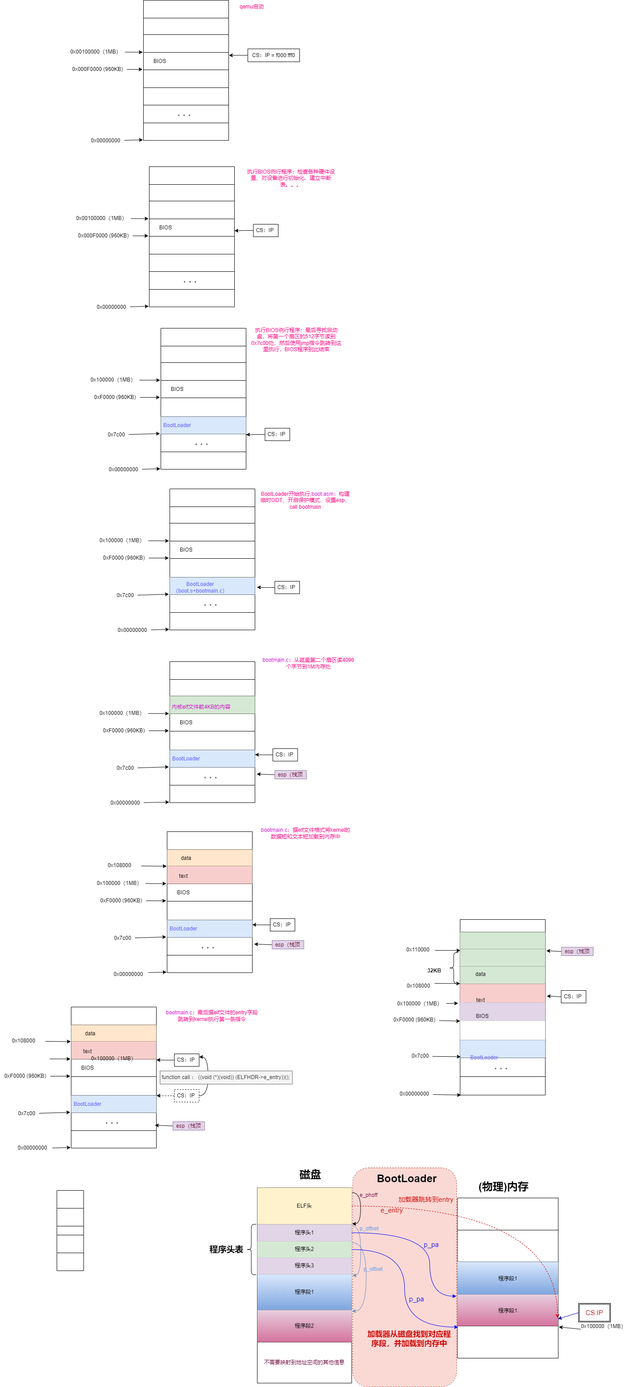
Above: OS/BIOS-BootLoader.drawio.png in SixPlusAndTimes/drawio (draw.io), before the change. Source tidied: cells renumbered, new cells last; positions are measured from the earlier drawing's top-left corner, leaving out a move shared by most shapes.
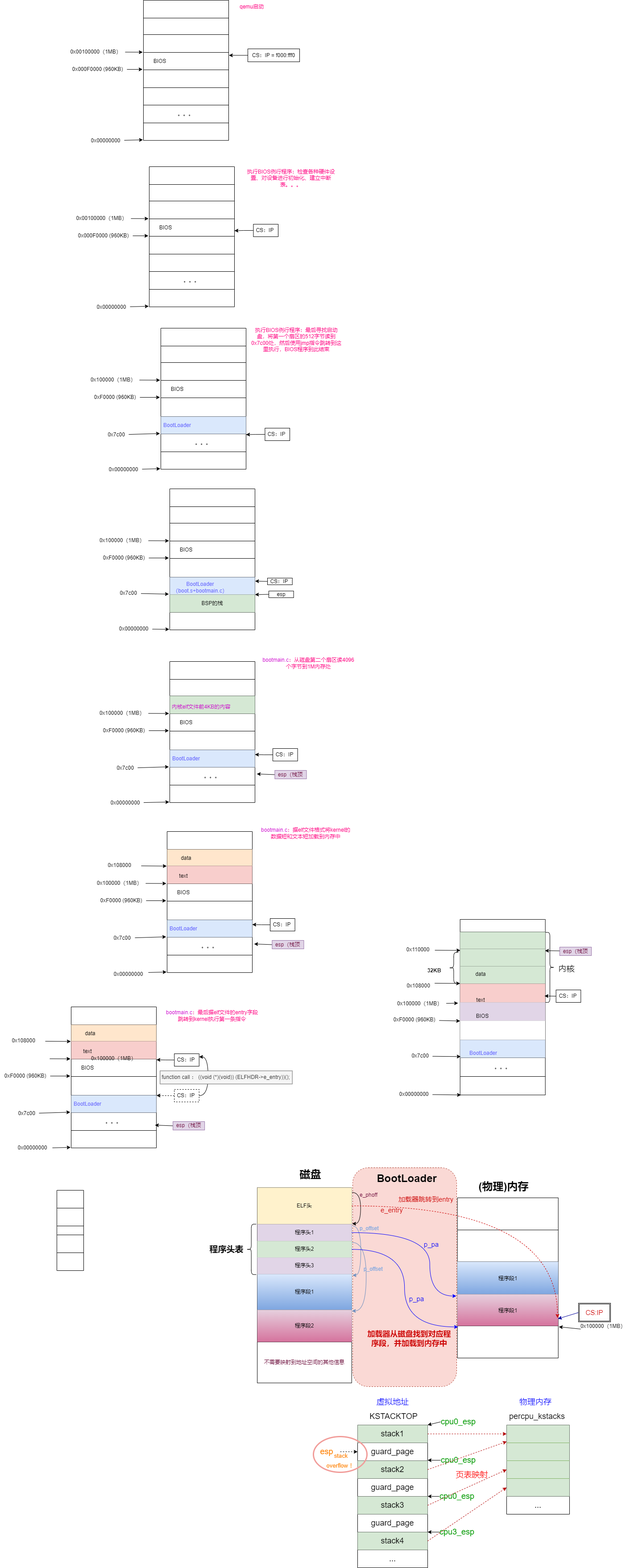
After the change.

Change to the diagram source:
```diff
@@ -313,3 +313,3 @@
     </mxCell>
-    <mxCell id="101" value="。。。" style="shape=partialRectangle;html=1;whiteSpace=wrap;overflow=hidden;fillColor=none;top=0;left=0;bottom=0;right=0;" parent="100" vertex="1">
+    <mxCell id="101" value="BSP的栈" style="shape=partialRectangle;html=1;whiteSpace=wrap;overflow=hidden;fillColor=#d5e8d4;top=0;left=0;bottom=0;right=0;strokeColor=#82b366;" parent="100" vertex="1">
       <mxGeometry width="191" height="40" as="geometry" />
@@ -323,3 +323,3 @@
     <mxCell id="104" value="0x00000000" style="text;html=1;align=center;verticalAlign=middle;points=[];strokeColor=none;fillColor=none;" parent="1" vertex="1">
-      <mxGeometry x="254" y="1399" width="84" height="26" as="geometry" />
+      <mxGeometry x="257" y="1396" width="84" height="26" as="geometry" />
     </mxCell>
@@ -345,7 +345,4 @@
     </mxCell>
-    <mxCell id="111" value="&lt;font color=&quot;#ff0080&quot;&gt;BootLoader开始执行,&lt;/font&gt;&lt;font color=&quot;#cc00cc&quot;&gt;boot.asm&lt;/font&gt;&lt;font color=&quot;#ff0080&quot;&gt;：构建临时GDT、开启保护模式、设置esp、call bootmain&lt;/font&gt;" style="text;html=1;strokeColor=none;fillColor=none;align=center;verticalAlign=middle;whiteSpace=wrap;rounded=0;" parent="1" vertex="1">
-      <mxGeometry x="579" y="1095" width="210" height="51" as="geometry" />
-    </mxCell>
     <mxCell id="112" value="0x7c00" style="text;html=1;align=center;verticalAlign=middle;points=[];strokeColor=none;fillColor=none;" parent="1" vertex="1">
-      <mxGeometry x="251" y="1321" width="57" height="26" as="geometry" />
+      <mxGeometry x="258.5" y="1316" width="57" height="26" as="geometry" />
     </mxCell>
@@ -444,9 +441,7 @@
     </mxCell>
-    <mxCell id="142" style="edgeStyle=orthogonalEdgeStyle;rounded=0;jettySize=auto;html=1;exitX=0;exitY=0.5;exitDx=0;exitDy=0;entryX=1.003;entryY=0.167;entryDx=0;entryDy=0;entryPerimeter=0;" parent="1" edge="1" source="143">
-      <mxGeometry relative="1" as="geometry">
-        <mxPoint x="575.4" y="1315.5" as="targetPoint" />
-      </mxGeometry>
+    <mxCell id="142" style="rounded=0;jettySize=auto;html=1;exitX=0;exitY=0.5;exitDx=0;exitDy=0;entryX=1.001;entryY=0.227;entryDx=0;entryDy=0;entryPerimeter=0;" parent="1" edge="1" source="143" target="98">
+      <mxGeometry relative="1" as="geometry" />
     </mxCell>
     <mxCell id="143" value="CS：IP&amp;nbsp;" style="rounded=0;whiteSpace=wrap;html=1;" parent="1" vertex="1">
-      <mxGeometry x="615.4" y="1302" width="55.6" height="28" as="geometry" />
+      <mxGeometry x="599.1" y="1295" width="55.6" height="15" as="geometry" />
     </mxCell>
@@ -1001,3 +996,3 @@
     </mxCell>
-    <mxCell id="308" style="endArrow=classic;html=1;rounded=0;entryX=-0.006;entryY=0.971;entryDx=0;entryDy=0;entryPerimeter=0;" parent="1" edge="1" source="324">
+    <mxCell id="308" style="endArrow=classic;html=1;rounded=0;entryX=0.971;entryY=0.971;entryDx=0;entryDy=0;entryPerimeter=0;" parent="1" edge="1" source="324">
       <mxGeometry relative="1" as="geometry">
@@ -1029,7 +1024,7 @@
     <mxCell id="315" value="&lt;font color=&quot;#6666ff&quot;&gt;BootLoader&lt;/font&gt;" style="text;html=1;strokeColor=none;fillColor=none;align=center;verticalAlign=middle;whiteSpace=wrap;rounded=0;fontColor=#FF0080;" parent="1" vertex="1">
-      <mxGeometry x="1055" y="2355" width="60" height="30" as="geometry" />
+      <mxGeometry x="1053" y="2345" width="60" height="30" as="geometry" />
     </mxCell>
-    <mxCell id="316" style="rounded=0;jettySize=auto;html=1;exitX=0;exitY=0.5;exitDx=0;exitDy=0;entryX=0.997;entryY=0.036;entryDx=0;entryDy=0;entryPerimeter=0;fontColor=#660033;" parent="1" edge="1" source="317">
+    <mxCell id="316" style="rounded=0;jettySize=auto;html=1;exitX=0.5;exitY=0.5;exitDx=0;exitDy=0;entryX=0.997;entryY=0.997;entryDx=0;entryDy=0;entryPerimeter=0;fontColor=#660033;" parent="1" edge="1" source="317">
       <mxGeometry relative="1" as="geometry">
-        <mxPoint x="1224" y="2130" as="targetPoint" />
+        <mxPoint x="1221" y="2130" as="targetPoint" />
       </mxGeometry>
@@ -1037,3 +1032,3 @@
     <mxCell id="317" value="&lt;font color=&quot;#660033&quot;&gt;esp（栈顶&lt;/font&gt;" style="rounded=0;whiteSpace=wrap;html=1;fillColor=#e1d5e7;strokeColor=#9673a6;" parent="1" vertex="1">
-      <mxGeometry x="1258" y="2122" width="71" height="19" as="geometry" />
+      <mxGeometry x="1254" y="2122" width="71" height="19" as="geometry" />
     </mxCell>
@@ -1056,3 +1051,3 @@
       <mxGeometry relative="1" as="geometry">
-        <mxPoint x="1225" y="2231.5" as="targetPoint" />
+        <mxPoint x="1220" y="2231.5" as="targetPoint" />
       </mxGeometry>
@@ -1060,6 +1055,6 @@
     <mxCell id="323" value="CS：IP&amp;nbsp;" style="rounded=0;whiteSpace=wrap;html=1;" parent="1" vertex="1">
-      <mxGeometry x="1257.3" y="2219" width="55.6" height="28" as="geometry" />
+      <mxGeometry x="1245.7" y="2218" width="55.6" height="28" as="geometry" />
     </mxCell>
     <mxCell id="324" value="0x00000000" style="text;html=1;align=center;verticalAlign=middle;points=[];strokeColor=none;fillColor=none;" parent="1" vertex="1">
-      <mxGeometry x="885.9" y="2438" width="84" height="26" as="geometry" />
+      <mxGeometry x="885" y="2439" width="84" height="26" as="geometry" />
     </mxCell>
@@ -1080,2 +1075,167 @@
     </mxCell>
+    <mxCell id="329" style="edgeStyle=none;rounded=0;jettySize=auto;html=1;exitX=0;exitY=0.5;exitDx=0;exitDy=0;entryX=1;entryY=0.75;entryDx=0;entryDy=0;" parent="1" edge="1" source="330" target="87">
+      <mxGeometry relative="1" as="geometry" />
+    </mxCell>
+    <mxCell id="330" value="esp" style="rounded=0;whiteSpace=wrap;html=1;" parent="1" vertex="1">
+      <mxGeometry x="602" y="1324" width="55.6" height="15" as="geometry" />
+    </mxCell>
+    <mxCell id="331" style="shape=curlyBracket;whiteSpace=wrap;html=1;rounded=1;flipH=1;labelPosition=right;verticalLabelPosition=middle;align=left;verticalAlign=middle;fontSize=36;" parent="1" vertex="1">
+      <mxGeometry x="1222" y="2089" width="20" height="157" as="geometry" />
+    </mxCell>
+    <mxCell id="332" value="&lt;font style=&quot;font-size: 18px;&quot;&gt;内核&lt;/font&gt;" style="text;html=1;strokeColor=none;fillColor=none;align=center;verticalAlign=middle;whiteSpace=wrap;rounded=0;fontSize=36;" parent="1" vertex="1">
+      <mxGeometry x="1222" y="2149.1" width="95" height="30" as="geometry" />
+    </mxCell>
+    <mxCell id="333" style="shape=table;startSize=0;fontSize=18;" parent="1" vertex="1">
+      <mxGeometry x="801" y="3193" width="157" height="320" as="geometry" />
+    </mxCell>
+    <mxCell id="334" style="shape=tableRow;horizontal=0;startSize=0;swimlaneHead=0;swimlaneBody=0;strokeColor=inherit;top=0;left=0;bottom=0;right=0;fillColor=none;points=[[0,0.5],[1,0.5]];portConstraint=eastwest;fontSize=18;" parent="333" vertex="1">
+      <mxGeometry width="157" height="40" as="geometry" />
+    </mxCell>
+    <mxCell id="335" value="stack1" style="shape=partialRectangle;html=1;whiteSpace=wrap;strokeColor=#82b366;overflow=hidden;fillColor=#d5e8d4;top=0;left=0;bottom=0;right=0;fontSize=18;" parent="334" vertex="1">
+      <mxGeometry width="157" height="40" as="geometry" />
+    </mxCell>
+    <mxCell id="336" style="shape=tableRow;horizontal=0;startSize=0;swimlaneHead=0;swimlaneBody=0;strokeColor=inherit;top=0;left=0;bottom=0;right=0;fillColor=none;points=[[0,0.5],[1,0.5]];portConstraint=eastwest;fontSize=18;" parent="333" vertex="1">
+      <mxGeometry y="40" width="157" height="40" as="geometry" />
+    </mxCell>
+    <mxCell id="337" value="guard_page" style="shape=partialRectangle;html=1;whiteSpace=wrap;strokeColor=inherit;overflow=hidden;fillColor=none;top=0;left=0;bottom=0;right=0;fontSize=18;" parent="336" vertex="1">
+      <mxGeometry width="157" height="40" as="geometry" />
+    </mxCell>
+    <mxCell id="338" style="shape=tableRow;horizontal=0;startSize=0;swimlaneHead=0;swimlaneBody=0;strokeColor=inherit;top=0;left=0;bottom=0;right=0;fillColor=none;points=[[0,0.5],[1,0.5]];portConstraint=eastwest;fontSize=18;" parent="333" vertex="1">
+      <mxGeometry y="80" width="157" height="40" as="geometry" />
+    </mxCell>
+    <mxCell id="339" value="stack2" style="shape=partialRectangle;html=1;whiteSpace=wrap;strokeColor=#82b366;overflow=hidden;fillColor=#d5e8d4;top=0;left=0;bottom=0;right=0;fontSize=18;" parent="338" vertex="1">
+      <mxGeometry width="157" height="40" as="geometry" />
+    </mxCell>
+    <mxCell id="340" style="shape=tableRow;horizontal=0;startSize=0;swimlaneHead=0;swimlaneBody=0;strokeColor=inherit;top=0;left=0;bottom=0;right=0;fillColor=none;fontSize=18;" parent="333" vertex="1">
+      <mxGeometry y="120" width="157" height="40" as="geometry" />
+    </mxCell>
+    <mxCell id="341" value="guard_page" style="shape=partialRectangle;html=1;whiteSpace=wrap;strokeColor=inherit;overflow=hidden;fillColor=none;top=0;left=0;bottom=0;right=0;fontSize=18;" parent="340" vertex="1">
+      <mxGeometry width="157" height="40" as="geometry" />
+    </mxCell>
+    <mxCell id="342" style="shape=tableRow;horizontal=0;startSize=0;swimlaneHead=0;swimlaneBody=0;strokeColor=inherit;top=0;left=0;bottom=0;right=0;fillColor=none;points=[[0,0.5],[1,0.5]];portConstraint=eastwest;fontSize=18;" parent="333" vertex="1">
+      <mxGeometry y="160" width="157" height="40" as="geometry" />
+    </mxCell>
+    <mxCell id="343" value="stack3" style="shape=partialRectangle;html=1;whiteSpace=wrap;strokeColor=#82b366;overflow=hidden;fillColor=#d5e8d4;top=0;left=0;bottom=0;right=0;fontSize=18;" parent="342" vertex="1">
+      <mxGeometry width="157" height="40" as="geometry" />
+    </mxCell>
+    <mxCell id="344" style="shape=tableRow;horizontal=0;startSize=0;swimlaneHead=0;swimlaneBody=0;strokeColor=inherit;top=0;left=0;bottom=0;right=0;fillColor=none;fontSize=18;" parent="333" vertex="1">
+      <mxGeometry y="200" width="157" height="40" as="geometry" />
+    </mxCell>
+    <mxCell id="345" value="guard_page" style="shape=partialRectangle;html=1;whiteSpace=wrap;strokeColor=inherit;overflow=hidden;fillColor=none;top=0;left=0;bottom=0;right=0;fontSize=18;" parent="344" vertex="1">
+      <mxGeometry width="157" height="40" as="geometry" />
+    </mxCell>
+    <mxCell id="346" style="shape=tableRow;horizontal=0;startSize=0;swimlaneHead=0;swimlaneBody=0;strokeColor=inherit;top=0;left=0;bottom=0;right=0;fillColor=none;points=[[0,0.5],[1,0.5]];portConstraint=eastwest;fontSize=18;" parent="333" vertex="1">
+      <mxGeometry y="240" width="157" height="40" as="geometry" />
+    </mxCell>
+    <mxCell id="347" value="stack4" style="shape=partialRectangle;html=1;whiteSpace=wrap;strokeColor=#82b366;overflow=hidden;fillColor=#d5e8d4;top=0;left=0;bottom=0;right=0;fontSize=18;" parent="346" vertex="1">
+      <mxGeometry width="157" height="40" as="geometry" />
+    </mxCell>
+    <mxCell id="348" style="shape=tableRow;horizontal=0;startSize=0;swimlaneHead=0;swimlaneBody=0;strokeColor=inherit;top=0;left=0;bottom=0;right=0;fillColor=none;fontSize=18;" parent="333" vertex="1">
+      <mxGeometry y="280" width="157" height="40" as="geometry" />
+    </mxCell>
+    <mxCell id="349" value="..." style="shape=partialRectangle;html=1;whiteSpace=wrap;strokeColor=inherit;overflow=hidden;fillColor=none;top=0;left=0;bottom=0;right=0;fontSize=18;" parent="348" vertex="1">
+      <mxGeometry width="157" height="40" as="geometry" />
+    </mxCell>
+    <mxCell id="350" value="KSTACKTOP" style="text;html=1;strokeColor=none;fillColor=none;align=center;verticalAlign=middle;whiteSpace=wrap;rounded=0;fontSize=18;" parent="1" vertex="1">
+      <mxGeometry x="852" y="3159" width="60" height="30" as="geometry" />
+    </mxCell>
+    <mxCell id="351" value="&lt;font color=&quot;#0000ff&quot;&gt;虚拟地址&lt;/font&gt;" style="text;html=1;strokeColor=none;fillColor=none;align=center;verticalAlign=middle;whiteSpace=wrap;rounded=0;fontSize=18;" parent="1" vertex="1">
+      <mxGeometry x="837.5" y="3127" width="84" height="30" as="geometry" />
+    </mxCell>
+    <mxCell id="352" style="edgeStyle=none;rounded=0;jettySize=auto;html=1;exitX=0;exitY=0.5;exitDx=0;exitDy=0;entryX=1;entryY=0;entryDx=0;entryDy=0;fontSize=18;fontColor=#FF3399;" parent="1" edge="1" source="353" target="333">
+      <mxGeometry relative="1" as="geometry" />
+    </mxCell>
+    <mxCell id="353" value="&lt;font color=&quot;#009900&quot;&gt;cpu0_esp&lt;/font&gt;" style="text;html=1;strokeColor=none;fillColor=none;align=center;verticalAlign=middle;whiteSpace=wrap;rounded=0;fontSize=18;fontColor=#0000FF;" parent="1" vertex="1">
+      <mxGeometry x="987" y="3171" width="80" height="30" as="geometry" />
+    </mxCell>
+    <mxCell id="354" style="edgeStyle=none;rounded=0;jettySize=auto;html=1;exitX=0;exitY=0.5;exitDx=0;exitDy=0;entryX=1;entryY=0;entryDx=0;entryDy=0;fontSize=18;fontColor=#FF3399;" parent="1" edge="1" source="355">
+      <mxGeometry relative="1" as="geometry">
+        <mxPoint x="958" y="3272" as="targetPoint" />
+      </mxGeometry>
+    </mxCell>
+    <mxCell id="355" value="&lt;font color=&quot;#009900&quot;&gt;cpu0_esp&lt;/font&gt;" style="text;html=1;strokeColor=none;fillColor=none;align=center;verticalAlign=middle;whiteSpace=wrap;rounded=0;fontSize=18;fontColor=#0000FF;" parent="1" vertex="1">
+      <mxGeometry x="987" y="3257" width="80" height="30" as="geometry" />
+    </mxCell>
+    <mxCell id="356" style="edgeStyle=none;rounded=0;jettySize=auto;html=1;exitX=0;exitY=0.5;exitDx=0;exitDy=0;entryX=1;entryY=0;entryDx=0;entryDy=0;fontSize=18;fontColor=#FF3399;" parent="1" edge="1" source="357">
+      <mxGeometry relative="1" as="geometry">
+        <mxPoint x="958" y="3353" as="targetPoint" />
+      </mxGeometry>
+    </mxCell>
+    <mxCell id="357" value="&lt;font color=&quot;#009900&quot;&gt;cpu0_esp&lt;/font&gt;" style="text;html=1;strokeColor=none;fillColor=none;align=center;verticalAlign=middle;whiteSpace=wrap;rounded=0;fontSize=18;fontColor=#0000FF;" parent="1" vertex="1">
+      <mxGeometry x="983.9" y="3338" width="80" height="30" as="geometry" />
+    </mxCell>
+    <mxCell id="358" style="edgeStyle=none;rounded=0;jettySize=auto;html=1;exitX=0;exitY=0.5;exitDx=0;exitDy=0;entryX=1;entryY=0;entryDx=0;entryDy=0;fontSize=18;fontColor=#FF3399;" parent="1" edge="1" source="359">
+      <mxGeometry relative="1" as="geometry">
+        <mxPoint x="958" y="3433" as="targetPoint" />
+      </mxGeometry>
+    </mxCell>
+    <mxCell id="359" value="&lt;font color=&quot;#009900&quot;&gt;cpu3_esp&lt;/font&gt;" style="text;html=1;strokeColor=none;fillColor=none;align=center;verticalAlign=middle;whiteSpace=wrap;rounded=0;fontSize=18;fontColor=#0000FF;" parent="1" vertex="1">
+      <mxGeometry x="983.9" y="3418" width="80" height="30" as="geometry" />
+    </mxCell>
+    <mxCell id="360" style="shape=table;startSize=0;fontSize=18;fontColor=#FF3399;" parent="1" vertex="1">
+      <mxGeometry x="1135" y="3193" width="141" height="200" as="geometry" />
+    </mxCell>
+    <mxCell id="361" style="shape=tableRow;horizontal=0;startSize=0;swimlaneHead=0;swimlaneBody=0;strokeColor=inherit;top=0;left=0;bottom=0;right=0;fillColor=none;points=[[0,0.5],[1,0.5]];portConstraint=eastwest;fontSize=18;fontColor=#FF3399;" parent="360" vertex="1">
+      <mxGeometry width="141" height="40" as="geometry" />
+    </mxCell>
+    <mxCell id="362" style="shape=partialRectangle;html=1;whiteSpace=wrap;strokeColor=#82b366;overflow=hidden;fillColor=#d5e8d4;top=0;left=0;bottom=0;right=0;fontSize=18;" parent="361" vertex="1">
+      <mxGeometry width="141" height="40" as="geometry" />
+    </mxCell>
+    <mxCell id="363" style="shape=tableRow;horizontal=0;startSize=0;swimlaneHead=0;swimlaneBody=0;strokeColor=inherit;top=0;left=0;bottom=0;right=0;fillColor=none;fontSize=18;fontColor=#FF3399;" parent="360" vertex="1">
+      <mxGeometry y="40" width="141" height="40" as="geometry" />
+    </mxCell>
+    <mxCell id="364" style="shape=partialRectangle;html=1;whiteSpace=wrap;strokeColor=#82b366;overflow=hidden;fillColor=#d5e8d4;top=1;left=0;bottom=0;right=0;fontSize=18;" parent="363" vertex="1">
+      <mxGeometry width="141" height="40" as="geometry" />
+    </mxCell>
+    <mxCell id="365" style="shape=tableRow;horizontal=0;startSize=0;swimlaneHead=0;swimlaneBody=0;strokeColor=inherit;top=0;left=0;bottom=0;right=0;fillColor=none;points=[[0,0.5],[1,0.5]];portConstraint=eastwest;fontSize=18;fontColor=#FF3399;" parent="360" vertex="1">
+      <mxGeometry y="80" width="141" height="40" as="geometry" />
+    </mxCell>
+    <mxCell id="366" style="shape=partialRectangle;html=1;whiteSpace=wrap;strokeColor=#82b366;overflow=hidden;fillColor=#d5e8d4;top=1;left=0;bottom=0;right=0;fontSize=18;" parent="365" vertex="1">
+      <mxGeometry width="141" height="40" as="geometry" />
+    </mxCell>
+    <mxCell id="367" style="shape=tableRow;horizontal=0;startSize=0;swimlaneHead=0;swimlaneBody=0;strokeColor=inherit;top=0;left=0;bottom=0;right=0;fillColor=none;points=[[0,0.5],[1,0.5]];portConstraint=eastwest;fontSize=18;fontColor=#FF3399;" parent="360" vertex="1">
+      <mxGeometry y="120" width="141" height="40" as="geometry" />
+    </mxCell>
+    <mxCell id="368" style="shape=partialRectangle;html=1;whiteSpace=wrap;strokeColor=#82b366;overflow=hidden;fillColor=#d5e8d4;top=1;left=0;bottom=0;right=0;fontSize=18;" parent="367" vertex="1">
+      <mxGeometry width="141" height="40" as="geometry" />
+    </mxCell>
+    <mxCell id="369" style="shape=tableRow;horizontal=0;startSize=0;swimlaneHead=0;swimlaneBody=0;strokeColor=inherit;top=0;left=0;bottom=0;right=0;fillColor=none;fontSize=18;fontColor=#FF3399;" parent="360" vertex="1">
+      <mxGeometry y="160" width="141" height="40" as="geometry" />
+    </mxCell>
+    <mxCell id="370" value="&lt;font color=&quot;#000000&quot;&gt;...&lt;/font&gt;" style="shape=partialRectangle;html=1;whiteSpace=wrap;strokeColor=inherit;overflow=hidden;fillColor=none;top=0;left=0;bottom=0;right=0;fontSize=18;fontColor=#FF3399;" parent="369" vertex="1">
+      <mxGeometry width="141" height="40" as="geometry" />
+    </mxCell>
+    <mxCell id="371" value="&lt;font color=&quot;#000000&quot;&gt;percpu_kstacks&lt;/font&gt;" style="text;whiteSpace=wrap;html=1;fontSize=18;fontColor=#FF3399;" parent="1" vertex="1">
+      <mxGeometry x="1139" y="3157" width="153" height="44" as="geometry" />
+    </mxCell>
+    <mxCell id="372" value="&lt;font color=&quot;#0000ff&quot;&gt;物理内存&lt;/font&gt;" style="text;html=1;strokeColor=none;fillColor=none;align=center;verticalAlign=middle;whiteSpace=wrap;rounded=0;fontSize=18;" parent="1" vertex="1">
+      <mxGeometry x="1158" y="3127" width="84" height="30" as="geometry" />
+    </mxCell>
+    <mxCell id="373" style="edgeStyle=none;rounded=0;jettySize=auto;html=1;exitX=1;exitY=0.5;exitDx=0;exitDy=0;entryX=0;entryY=0.5;entryDx=0;entryDy=0;fontSize=18;fontColor=#000000;dashed=1;fillColor=#e51400;strokeColor=#B20000;" parent="1" edge="1" source="334" target="361">
+      <mxGeometry relative="1" as="geometry" />
+    </mxCell>
+    <mxCell id="374" style="edgeStyle=none;rounded=0;jettySize=auto;html=1;exitX=1;exitY=0.5;exitDx=0;exitDy=0;entryX=0.001;entryY=0.186;entryDx=0;entryDy=0;entryPerimeter=0;fontSize=18;fontColor=#000000;dashed=1;fillColor=#e51400;strokeColor=#B20000;" parent="1" edge="1" source="338" target="360">
+      <mxGeometry relative="1" as="geometry" />
+    </mxCell>
+    <mxCell id="375" style="edgeStyle=none;rounded=0;jettySize=auto;html=1;exitX=1;exitY=0.5;exitDx=0;exitDy=0;entryX=0;entryY=0.5;entryDx=0;entryDy=0;dashed=1;fontSize=18;fontColor=#000000;fillColor=#e51400;strokeColor=#B20000;" parent="1" edge="1" source="342" target="365">
+      <mxGeometry relative="1" as="geometry" />
+    </mxCell>
+    <mxCell id="376" style="edgeStyle=none;rounded=0;jettySize=auto;html=1;exitX=1;exitY=0.5;exitDx=0;exitDy=0;entryX=0;entryY=0.5;entryDx=0;entryDy=0;dashed=1;fontSize=18;fontColor=#000000;fillColor=#e51400;strokeColor=#B20000;" parent="1" edge="1" source="346" target="367">
+      <mxGeometry relative="1" as="geometry" />
+    </mxCell>
+    <mxCell id="377" value="&lt;font color=&quot;#ff0000&quot;&gt;页表映射&lt;/font&gt;" style="text;html=1;strokeColor=none;fillColor=none;align=center;verticalAlign=middle;whiteSpace=wrap;rounded=0;fontSize=18;fontColor=#000000;" parent="1" vertex="1">
+      <mxGeometry x="1015" y="3290" width="85" height="30" as="geometry" />
+    </mxCell>
+    <mxCell id="378" style="edgeStyle=none;rounded=0;jettySize=auto;html=1;exitX=1;exitY=0.5;exitDx=0;exitDy=0;dashed=1;fontSize=18;fontColor=#FF8000;" parent="1" edge="1" source="379" target="336">
+      <mxGeometry relative="1" as="geometry" />
+    </mxCell>
+    <mxCell id="379" value="&lt;font color=&quot;#ff8000&quot;&gt;esp&lt;/font&gt;" style="text;html=1;strokeColor=none;fillColor=none;align=center;verticalAlign=middle;whiteSpace=wrap;rounded=0;fontSize=18;fontColor=#009900;" parent="1" vertex="1">
+      <mxGeometry x="702" y="3238" width="60" height="30" as="geometry" />
+    </mxCell>
+    <mxCell id="380" style="ellipse;whiteSpace=wrap;html=1;fontSize=18;fontColor=#ffffff;fillColor=none;strokeColor=#F19C99;strokeWidth=3;" parent="1" vertex="1">
+      <mxGeometry x="702" y="3219" width="120" height="80" as="geometry" />
+    </mxCell>
+    <mxCell id="381" value="&lt;font style=&quot;font-size: 13px;&quot;&gt;stack overflow ！&lt;/font&gt;" style="text;html=1;strokeColor=none;fillColor=none;align=center;verticalAlign=middle;whiteSpace=wrap;rounded=0;strokeWidth=3;fontSize=18;fontColor=#FF8000;" parent="1" vertex="1">
+      <mxGeometry x="723.7" y="3257" width="80" height="30" as="geometry" />
+    </mxCell>
   </root>
```
